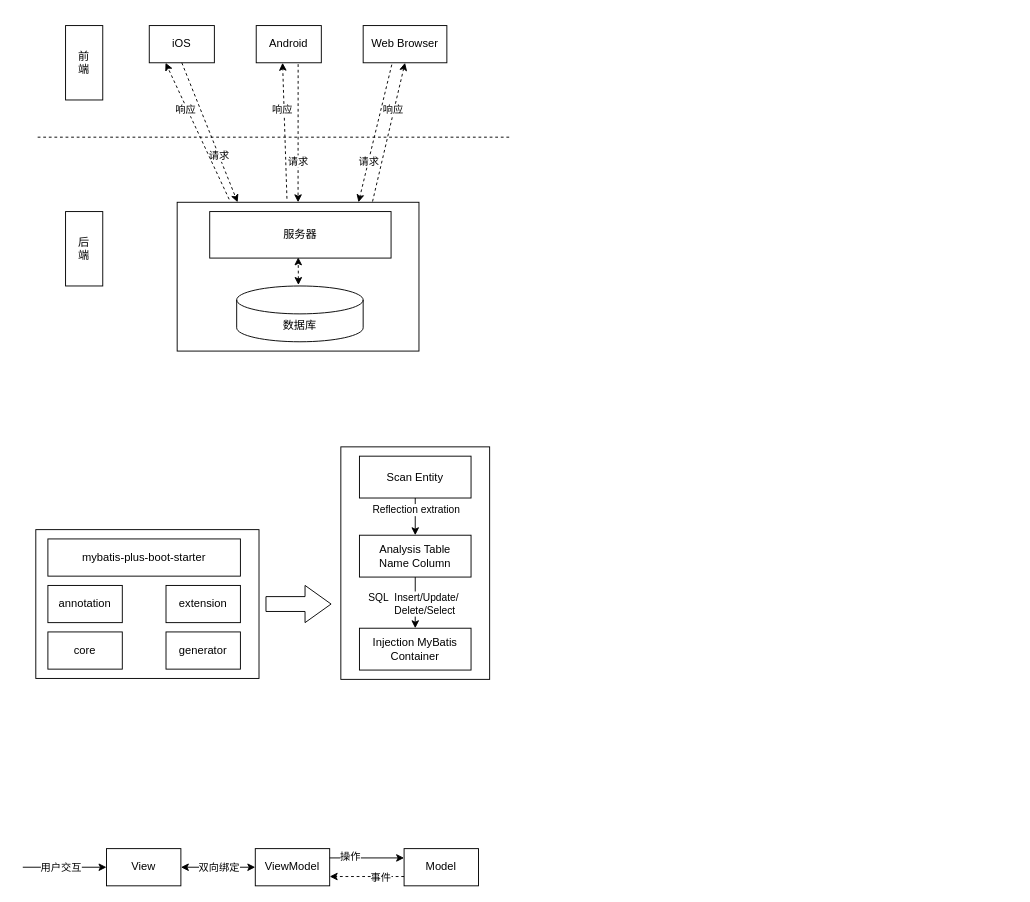
Above: page "2.系统关键技术" (2 of 4) of resouces/drawio/structure.drawio in coderyjc/certificate_analysis (draw.io), before the change. Source tidied: cells renumbered, new cells numbered last; positions are measured from the earlier drawing's top-left corner, leaving out a move shared by most shapes. Both pictures are drawn from the tidied source at 93%, with x=0, y=0 at pixel (22, 25).
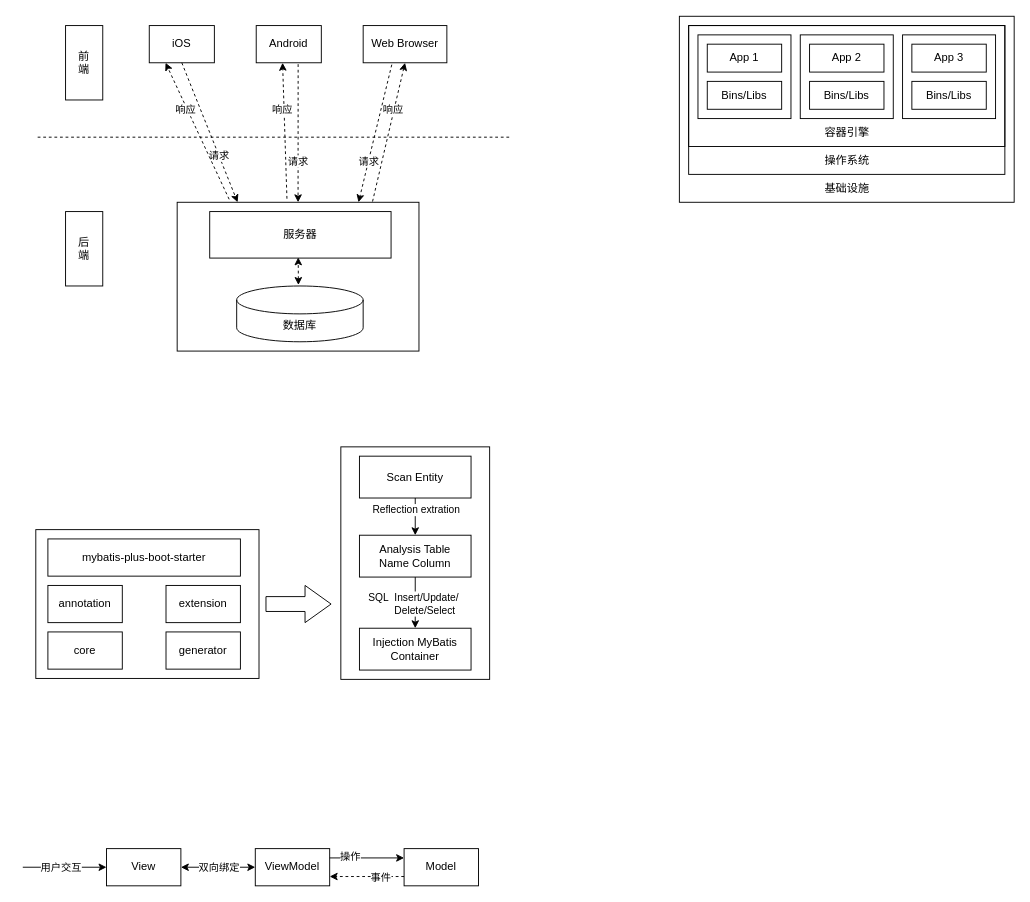
Above is the later version.

Change to the diagram source:
```diff
@@
+    <mxCell id="50" value="App 1" style="whiteSpace=wrap;html=1;" parent="1" vertex="1">
+      <mxGeometry x="736" y="20" width="80" height="30" as="geometry" />
+    </mxCell>
+    <mxCell id="51" value="Bins/Libs" style="whiteSpace=wrap;html=1;" parent="1" vertex="1">
+      <mxGeometry x="736" y="60" width="80" height="30" as="geometry" />
+    </mxCell>
+    <mxCell id="52" style="whiteSpace=wrap;html=1;fillColor=none;" parent="1" vertex="1">
+      <mxGeometry x="726" y="10" width="100" height="90" as="geometry" />
+    </mxCell>
+    <mxCell id="53" value="App 2" style="whiteSpace=wrap;html=1;" parent="1" vertex="1">
+      <mxGeometry x="846" y="20" width="80" height="30" as="geometry" />
+    </mxCell>
+    <mxCell id="54" value="Bins/Libs" style="whiteSpace=wrap;html=1;" parent="1" vertex="1">
+      <mxGeometry x="846" y="60" width="80" height="30" as="geometry" />
+    </mxCell>
+    <mxCell id="55" style="whiteSpace=wrap;html=1;fillColor=none;" parent="1" vertex="1">
+      <mxGeometry x="836" y="10" width="100" height="90" as="geometry" />
+    </mxCell>
+    <mxCell id="56" value="App 3" style="whiteSpace=wrap;html=1;" parent="1" vertex="1">
+      <mxGeometry x="956" y="20" width="80" height="30" as="geometry" />
+    </mxCell>
+    <mxCell id="57" value="Bins/Libs" style="whiteSpace=wrap;html=1;" parent="1" vertex="1">
+      <mxGeometry x="956" y="60" width="80" height="30" as="geometry" />
+    </mxCell>
+    <mxCell id="58" style="whiteSpace=wrap;html=1;fillColor=none;" parent="1" vertex="1">
+      <mxGeometry x="946" y="10" width="100" height="90" as="geometry" />
+    </mxCell>
+    <mxCell id="59" style="whiteSpace=wrap;html=1;fillColor=none;" parent="1" vertex="1">
+      <mxGeometry x="716" width="340" height="130" as="geometry" />
+    </mxCell>
+    <mxCell id="60" value="容器引擎" style="text;html=1;align=center;verticalAlign=middle;strokeColor=none;fillColor=none;" parent="1" vertex="1">
+      <mxGeometry x="851" y="100" width="70" height="30" as="geometry" />
+    </mxCell>
+    <mxCell id="61" style="whiteSpace=wrap;html=1;fillColor=none;" parent="1" vertex="1">
+      <mxGeometry x="716" width="340" height="160" as="geometry" />
+    </mxCell>
+    <mxCell id="62" value="操作系统" style="text;html=1;align=center;verticalAlign=middle;strokeColor=none;fillColor=none;" parent="1" vertex="1">
+      <mxGeometry x="851" y="130" width="70" height="30" as="geometry" />
+    </mxCell>
+    <mxCell id="63" style="whiteSpace=wrap;html=1;fillColor=none;" parent="1" vertex="1">
+      <mxGeometry x="706" y="-10" width="360" height="200" as="geometry" />
+    </mxCell>
+    <mxCell id="64" value="基础设施" style="text;html=1;align=center;verticalAlign=middle;strokeColor=none;fillColor=none;" parent="1" vertex="1">
+      <mxGeometry x="851" y="160" width="70" height="30" as="geometry" />
+    </mxCell>
```
